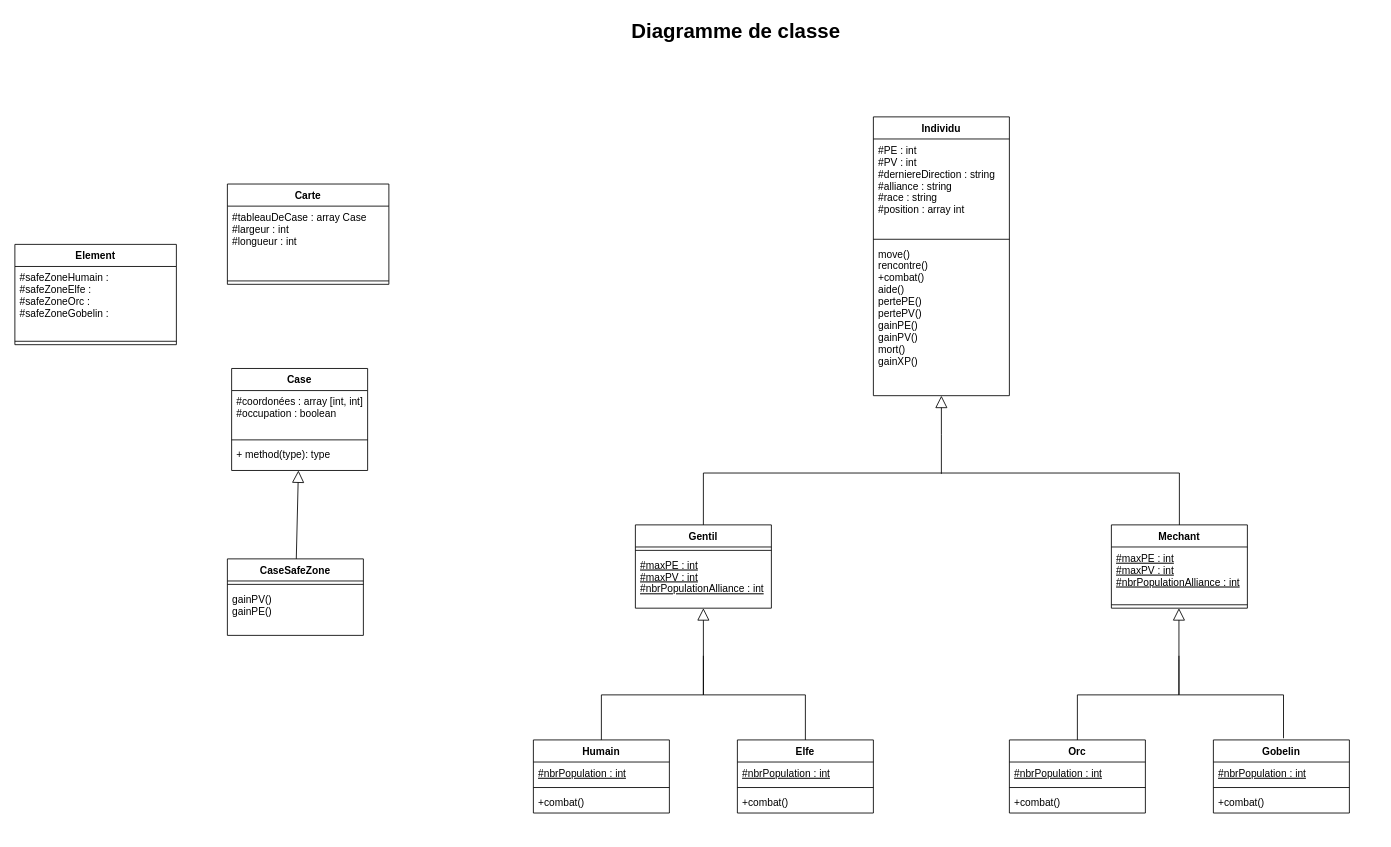
Above: diagramme_de_classe.drawio in agenceDEVI/ConceptObjet (draw.io), before the change. Source tidied: cells renumbered, new cells numbered last; positions are measured from the earlier drawing's top-left corner, leaving out a move shared by most shapes. Both pictures are drawn from the tidied source at 85%, with x=0, y=0 at pixel (14, 14).
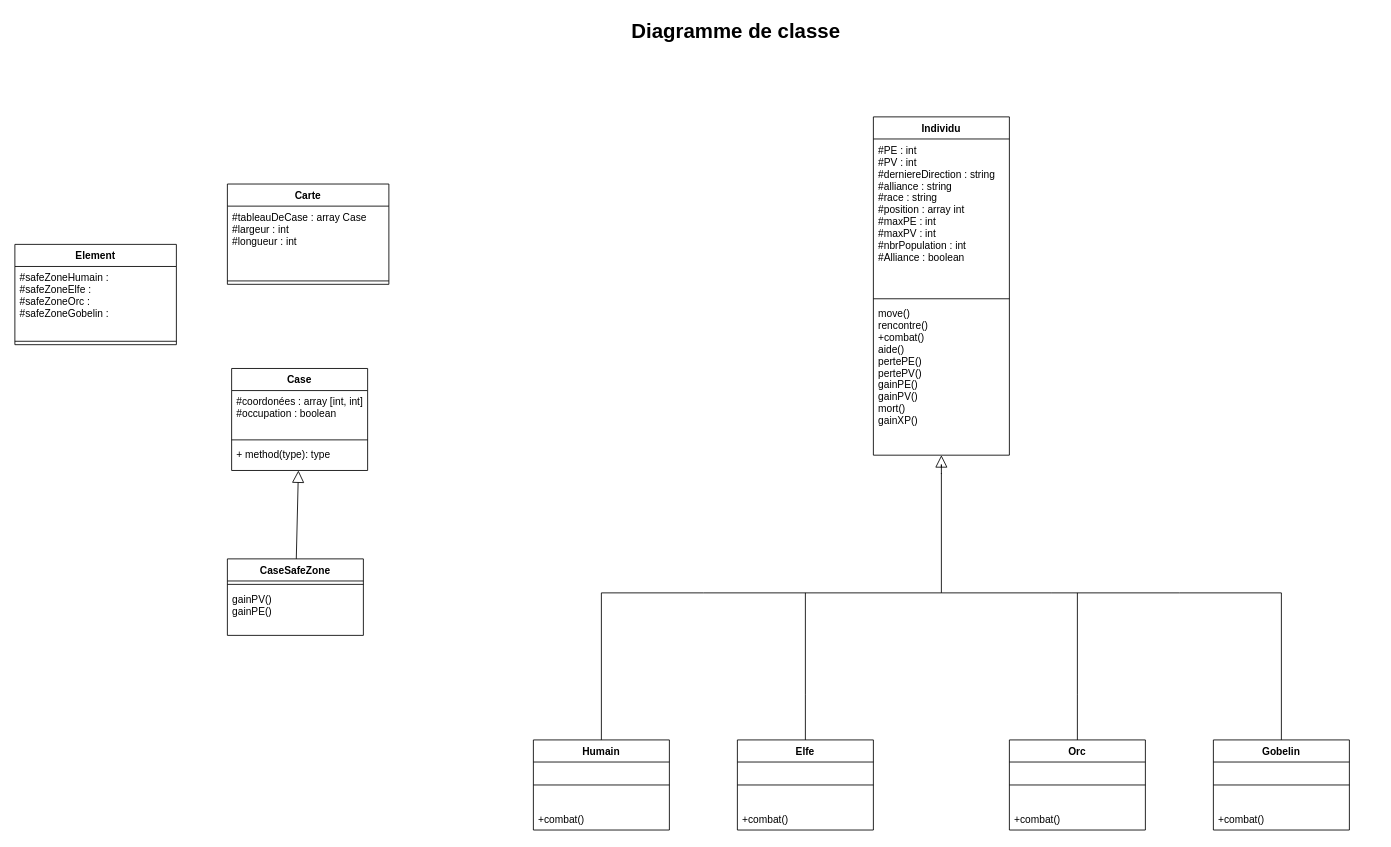
After the change.

Commit message:
modifs après reu phil

What changed in the source:
```diff
@@
     <mxCell id="3" value="Individu" style="swimlane;fontStyle=1;align=center;verticalAlign=top;horizontal=1;startSize=26;" parent="1" vertex="1">
-      <mxGeometry x="1010" y="120" width="160" height="328" as="geometry" />
+      <mxGeometry x="1010" y="120" width="160" height="398" as="geometry" />
     </mxCell>
-    <mxCell id="4" value="#PE : int&#10;#PV : int&#10;#derniereDirection : string&#10;#alliance : string&#10;#race : string&#10;#position : array int" style="text;strokeColor=none;fillColor=none;align=left;verticalAlign=top;spacingLeft=4;spacingRight=4;overflow=hidden;" parent="3" vertex="1">
-      <mxGeometry y="26" width="160" height="114" as="geometry" />
+    <mxCell id="4" value="#PE : int&#10;#PV : int&#10;#derniereDirection : string&#10;#alliance : string&#10;#race : string&#10;#position : array int&#10;#maxPE : int&#10;#maxPV : int&#10;#nbrPopulation : int&#10;#Alliance : boolean&#10;&#10;" style="text;strokeColor=none;fillColor=none;align=left;verticalAlign=top;spacingLeft=4;spacingRight=4;overflow=hidden;" parent="3" vertex="1">
+      <mxGeometry y="26" width="160" height="184" as="geometry" />
     </mxCell>
     <mxCell id="5" style="line;strokeWidth=1;fillColor=none;align=left;verticalAlign=middle;spacingTop=-1;spacingLeft=3;spacingRight=3;labelPosition=right;" parent="3" vertex="1">
-      <mxGeometry y="140" width="160" height="8" as="geometry" />
+      <mxGeometry y="210" width="160" height="8" as="geometry" />
     </mxCell>
     <mxCell id="6" value="move()&#10;rencontre()&#10;+combat()&#10;aide()&#10;pertePE()&#10;pertePV()&#10;gainPE()&#10;gainPV()&#10;mort()&#10;gainXP()" style="text;strokeColor=none;fillColor=none;align=left;verticalAlign=top;spacingLeft=4;spacingRight=4;overflow=hidden;points=[[0,0.5],[1,0.5]];portConstraint=eastwest;" parent="3" vertex="1">
-      <mxGeometry y="148" width="160" height="180" as="geometry" />
+      <mxGeometry y="218" width="160" height="180" as="geometry" />
     </mxCell>
-    <mxCell id="7" value="Gentil" style="swimlane;fontStyle=1;align=center;verticalAlign=top;horizontal=1;startSize=26;" parent="1" vertex="1">
-      <mxGeometry x="730" y="600" width="160" height="98" as="geometry" />
-    </mxCell>
-    <mxCell id="8" style="line;strokeWidth=1;fillColor=none;align=left;verticalAlign=middle;spacingTop=-1;spacingLeft=3;spacingRight=3;labelPosition=right;" parent="7" vertex="1">
-      <mxGeometry y="26" width="160" height="8" as="geometry" />
-    </mxCell>
-    <mxCell id="9" value="#maxPE : int&#10;#maxPV : int&#10;#nbrPopulationAlliance : int&#10;" style="text;strokeColor=none;fillColor=none;align=left;verticalAlign=top;spacingLeft=4;spacingRight=4;overflow=hidden;fontStyle=4;" parent="7" vertex="1">
-      <mxGeometry y="34" width="160" height="64" as="geometry" />
-    </mxCell>
-    <mxCell id="10" value="Mechant" style="swimlane;fontStyle=1;align=center;verticalAlign=top;horizontal=1;startSize=26;" parent="1" vertex="1">
-      <mxGeometry x="1290" y="600" width="160" height="98" as="geometry" />
-    </mxCell>
-    <mxCell id="11" value="#maxPE : int&#10;#maxPV : int&#10;#nbrPopulationAlliance : int&#10;" style="text;strokeColor=none;fillColor=none;align=left;verticalAlign=top;spacingLeft=4;spacingRight=4;overflow=hidden;fontStyle=4;" parent="10" vertex="1">
-      <mxGeometry y="26" width="160" height="64" as="geometry" />
-    </mxCell>
-    <mxCell id="12" style="line;strokeWidth=1;fillColor=none;align=left;verticalAlign=middle;spacingTop=-1;spacingLeft=3;spacingRight=3;labelPosition=right;" parent="10" vertex="1">
-      <mxGeometry y="90" width="160" height="8" as="geometry" />
-    </mxCell>
@@
-    <mxCell id="14" style="edgeStyle=elbowEdgeStyle;html=1;elbow=vertical;verticalAlign=bottom;endArrow=none;rounded=0;" parent="1" edge="1" target="10">
+    <mxCell id="14" style="edgeStyle=elbowEdgeStyle;html=1;elbow=vertical;verticalAlign=bottom;endArrow=none;rounded=0;" parent="1" edge="1">
       <mxGeometry x="1" relative="1" as="geometry">
-        <mxPoint x="1090" y="539" as="sourcePoint" />
+        <mxPoint x="1090" y="680" as="sourcePoint" />
+        <mxPoint x="1370" y="680" as="targetPoint" />
         <Array as="points">
-          <mxPoint x="1230" y="539" />
+          <mxPoint x="1220" y="680" />
         </Array>
       </mxGeometry>
     </mxCell>
-    <mxCell id="15" style="edgeStyle=elbowEdgeStyle;html=1;elbow=vertical;verticalAlign=bottom;endArrow=none;rounded=0;" parent="1" edge="1" target="7">
+    <mxCell id="15" style="edgeStyle=elbowEdgeStyle;html=1;elbow=vertical;verticalAlign=bottom;endArrow=none;rounded=0;" parent="1" edge="1">
       <mxGeometry x="1" relative="1" as="geometry">
         <mxPoint x="1090" y="539" as="sourcePoint" />
+        <mxPoint x="810" y="680" as="targetPoint" />
         <Array as="points">
-          <mxPoint x="950" y="539" />
+          <mxPoint x="1090" y="680" />
         </Array>
       </mxGeometry>
     </mxCell>
-    <mxCell id="16" style="edgeStyle=elbowEdgeStyle;html=1;endSize=12;endArrow=block;endFill=0;elbow=horizontal;rounded=0;" parent="1" edge="1" target="7">
-      <mxGeometry x="1" relative="1" as="geometry">
-        <mxPoint x="810" y="754" as="sourcePoint" />
-        <Array as="points">
-          <mxPoint x="810" y="800" />
-        </Array>
-      </mxGeometry>
-    </mxCell>
     <mxCell id="17" style="edgeStyle=elbowEdgeStyle;html=1;elbow=vertical;verticalAlign=bottom;endArrow=none;rounded=0;entryX=0.5;entryY=0;entryDx=0;entryDy=0;" parent="1" edge="1" target="25">
       <mxGeometry x="1" relative="1" as="geometry">
-        <mxPoint x="810" y="800" as="sourcePoint" />
+        <mxPoint x="930" y="680" as="sourcePoint" />
         <Array as="points">
           <mxPoint x="870" y="800" />
         </Array>
       </mxGeometry>
     </mxCell>
     <mxCell id="18" style="edgeStyle=elbowEdgeStyle;html=1;elbow=vertical;verticalAlign=bottom;endArrow=none;rounded=0;entryX=0.5;entryY=0;entryDx=0;entryDy=0;" parent="1" edge="1" target="21">
       <mxGeometry x="1" relative="1" as="geometry">
-        <mxPoint x="810" y="800" as="sourcePoint" />
+        <mxPoint x="810" y="680" as="sourcePoint" />
         <Array as="points">
-          <mxPoint x="760" y="800" />
+          <mxPoint x="750" y="680" />
+          <mxPoint x="750" y="540" />
         </Array>
       </mxGeometry>
     </mxCell>
-    <mxCell id="19" style="edgeStyle=elbowEdgeStyle;html=1;elbow=vertical;verticalAlign=bottom;endArrow=none;rounded=0;" parent="1" edge="1">
+    <mxCell id="19" style="edgeStyle=elbowEdgeStyle;html=1;elbow=vertical;verticalAlign=bottom;endArrow=none;rounded=0;entryX=0.5;entryY=0;entryDx=0;entryDy=0;" parent="1" edge="1" target="33">
       <mxGeometry x="1" relative="1" as="geometry">
-        <mxPoint x="1370" y="800" as="sourcePoint" />
-        <mxPoint x="1492.5" y="851" as="targetPoint" />
+        <mxPoint x="1370" y="680" as="sourcePoint" />
         <Array as="points">
-          <mxPoint x="1430" y="800" />
+          <mxPoint x="1430" y="680" />
         </Array>
       </mxGeometry>
     </mxCell>
     <mxCell id="20" style="edgeStyle=elbowEdgeStyle;html=1;elbow=vertical;verticalAlign=bottom;endArrow=none;rounded=0;entryX=0.5;entryY=0;entryDx=0;entryDy=0;" parent="1" edge="1" target="29">
       <mxGeometry x="1" relative="1" as="geometry">
-        <mxPoint x="1370" y="800" as="sourcePoint" />
+        <mxPoint x="1250" y="680" as="sourcePoint" />
         <Array as="points">
           <mxPoint x="1310" y="800" />
         </Array>
       </mxGeometry>
     </mxCell>
     <mxCell id="21" value="Humain" style="swimlane;fontStyle=1;align=center;verticalAlign=top;horizontal=1;startSize=26;" parent="1" vertex="1">
-      <mxGeometry x="610" y="853" width="160" height="86" as="geometry" />
+      <mxGeometry x="610" y="853" width="160" height="106" as="geometry" />
     </mxCell>
-    <mxCell id="22" value="#nbrPopulation : int" style="text;strokeColor=none;fillColor=none;align=left;verticalAlign=top;spacingLeft=4;spacingRight=4;overflow=hidden;fontStyle=4;" parent="21" vertex="1">
-      <mxGeometry y="26" width="160" height="26" as="geometry" />
-    </mxCell>
     <mxCell id="23" style="line;strokeWidth=1;fillColor=none;align=left;verticalAlign=middle;spacingTop=-1;spacingLeft=3;spacingRight=3;labelPosition=right;" parent="21" vertex="1">
-      <mxGeometry y="52" width="160" height="8" as="geometry" />
+      <mxGeometry y="26" width="160" height="54" as="geometry" />
     </mxCell>
     <mxCell id="24" value="+combat()" style="text;strokeColor=none;fillColor=none;align=left;verticalAlign=top;spacingLeft=4;spacingRight=4;overflow=hidden;" parent="21" vertex="1">
-      <mxGeometry y="60" width="160" height="26" as="geometry" />
+      <mxGeometry y="80" width="160" height="26" as="geometry" />
     </mxCell>
     <mxCell id="25" value="Elfe" style="swimlane;fontStyle=1;align=center;verticalAlign=top;horizontal=1;startSize=26;" parent="1" vertex="1">
-      <mxGeometry x="850" y="853" width="160" height="86" as="geometry" />
+      <mxGeometry x="850" y="853" width="160" height="106" as="geometry" />
     </mxCell>
-    <mxCell id="26" value="#nbrPopulation : int" style="text;strokeColor=none;fillColor=none;align=left;verticalAlign=top;spacingLeft=4;spacingRight=4;overflow=hidden;fontStyle=4;" parent="25" vertex="1">
-      <mxGeometry y="26" width="160" height="26" as="geometry" />
-    </mxCell>
     <mxCell id="27" style="line;strokeWidth=1;fillColor=none;align=left;verticalAlign=middle;spacingTop=-1;spacingLeft=3;spacingRight=3;labelPosition=right;" parent="25" vertex="1">
-      <mxGeometry y="52" width="160" height="8" as="geometry" />
+      <mxGeometry y="26" width="160" height="54" as="geometry" />
     </mxCell>
     <mxCell id="28" value="+combat()" style="text;strokeColor=none;fillColor=none;align=left;verticalAlign=top;spacingLeft=4;spacingRight=4;overflow=hidden;" parent="25" vertex="1">
-      <mxGeometry y="60" width="160" height="26" as="geometry" />
+      <mxGeometry y="80" width="160" height="26" as="geometry" />
     </mxCell>
     <mxCell id="29" value="Orc" style="swimlane;fontStyle=1;align=center;verticalAlign=top;horizontal=1;startSize=26;" parent="1" vertex="1">
-      <mxGeometry x="1170" y="853" width="160" height="86" as="geometry" />
+      <mxGeometry x="1170" y="853" width="160" height="106" as="geometry" />
     </mxCell>
-    <mxCell id="30" value="#nbrPopulation : int" style="text;strokeColor=none;fillColor=none;align=left;verticalAlign=top;spacingLeft=4;spacingRight=4;overflow=hidden;fontStyle=4;" parent="29" vertex="1">
-      <mxGeometry y="26" width="160" height="26" as="geometry" />
-    </mxCell>
     <mxCell id="31" style="line;strokeWidth=1;fillColor=none;align=left;verticalAlign=middle;spacingTop=-1;spacingLeft=3;spacingRight=3;labelPosition=right;" parent="29" vertex="1">
-      <mxGeometry y="52" width="160" height="8" as="geometry" />
+      <mxGeometry y="26" width="160" height="54" as="geometry" />
     </mxCell>
     <mxCell id="32" value="+combat()" style="text;strokeColor=none;fillColor=none;align=left;verticalAlign=top;spacingLeft=4;spacingRight=4;overflow=hidden;" parent="29" vertex="1">
-      <mxGeometry y="60" width="160" height="26" as="geometry" />
+      <mxGeometry y="80" width="160" height="26" as="geometry" />
     </mxCell>
     <mxCell id="33" value="Gobelin" style="swimlane;fontStyle=1;align=center;verticalAlign=top;horizontal=1;startSize=26;" parent="1" vertex="1">
-      <mxGeometry x="1410" y="853" width="160" height="86" as="geometry" />
+      <mxGeometry x="1410" y="853" width="160" height="106" as="geometry" />
     </mxCell>
-    <mxCell id="34" value="#nbrPopulation : int" style="text;strokeColor=none;fillColor=none;align=left;verticalAlign=top;spacingLeft=4;spacingRight=4;overflow=hidden;fontStyle=4;" parent="33" vertex="1">
-      <mxGeometry y="26" width="160" height="26" as="geometry" />
-    </mxCell>
     <mxCell id="35" style="line;strokeWidth=1;fillColor=none;align=left;verticalAlign=middle;spacingTop=-1;spacingLeft=3;spacingRight=3;labelPosition=right;" parent="33" vertex="1">
-      <mxGeometry y="52" width="160" height="8" as="geometry" />
+      <mxGeometry y="26" width="160" height="54" as="geometry" />
     </mxCell>
     <mxCell id="36" value="+combat()" style="text;strokeColor=none;fillColor=none;align=left;verticalAlign=top;spacingLeft=4;spacingRight=4;overflow=hidden;" parent="33" vertex="1">
-      <mxGeometry y="60" width="160" height="26" as="geometry" />
+      <mxGeometry y="80" width="160" height="26" as="geometry" />
     </mxCell>
@@
-    <mxCell id="51" style="edgeStyle=elbowEdgeStyle;html=1;endSize=12;endArrow=block;endFill=0;elbow=horizontal;rounded=0;" parent="1" edge="1">
-      <mxGeometry x="1" relative="1" as="geometry">
-        <mxPoint x="1369.5" y="754" as="sourcePoint" />
-        <mxPoint x="1369.5" y="698" as="targetPoint" />
-        <Array as="points">
-          <mxPoint x="1369.5" y="800" />
-        </Array>
-      </mxGeometry>
-    </mxCell>
```
